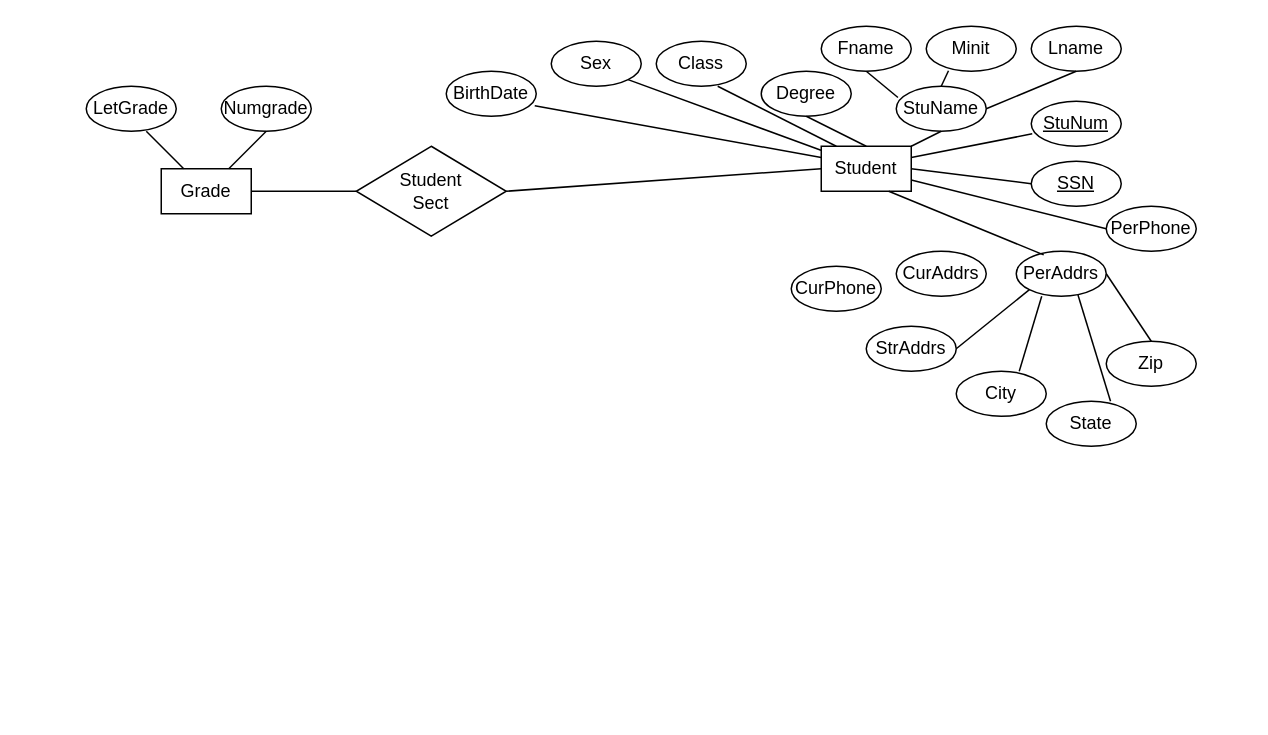
Before: Untitled Diagram.drawio in Baconbuilder/blah, a draw.io diagram. Source tidied: cells renumbered, new cells numbered last; positions are measured from the earlier drawing's top-left corner, leaving out a move shared by most shapes. Both pictures are drawn from the tidied source at 150%, with x=0, y=0 at pixel (86, 26).
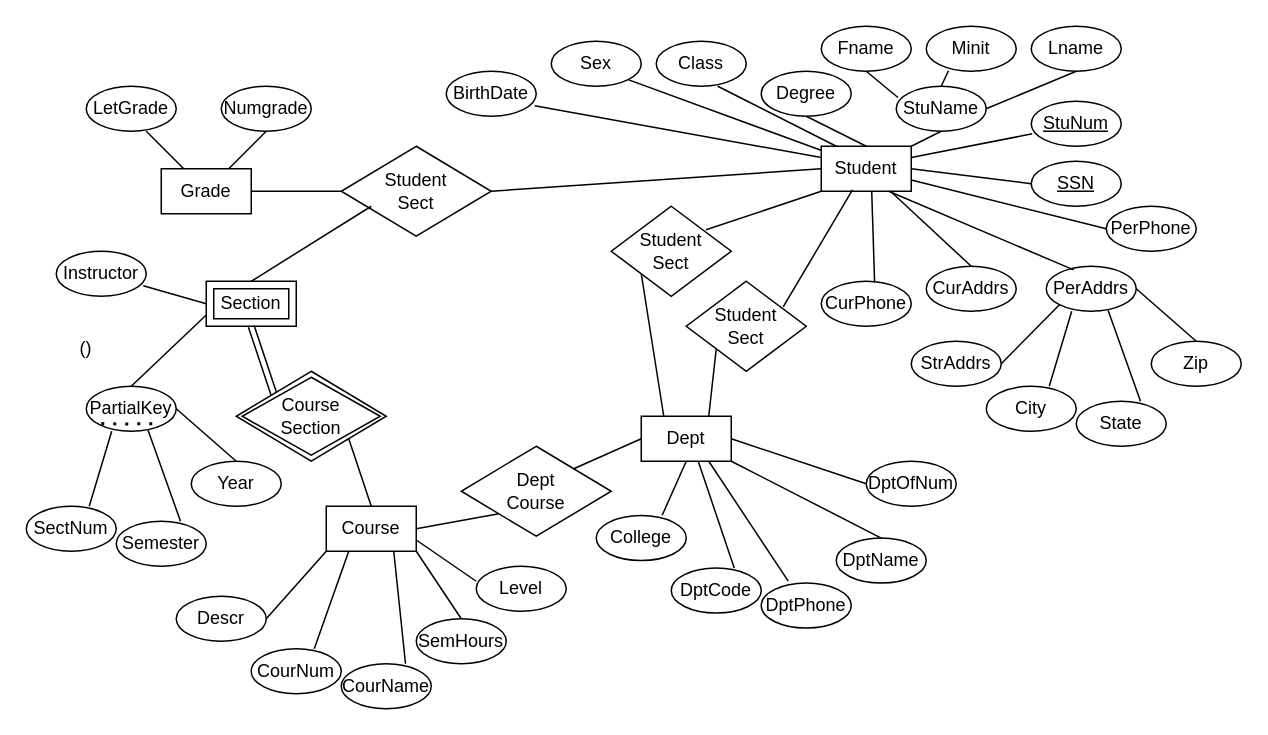
After the change.

The change refers to these unchanged cells:
```xml
<mxCell id="2" value="Student" style="rounded=0;whiteSpace=wrap;html=1;fontSize=12;spacing=2;" parent="1" vertex="1">
  <mxGeometry x="490" y="80" width="60" height="30" as="geometry" />
</mxCell>
```

Diff of the diagram source:
```diff
@@
     <mxCell id="11" value="PerAddrs" style="ellipse;whiteSpace=wrap;html=1;fontSize=12;spacing=2;" parent="1" vertex="1">
-      <mxGeometry x="620" y="150" width="60" height="30" as="geometry" />
+      <mxGeometry x="640" y="160" width="60" height="30" as="geometry" />
     </mxCell>
     <mxCell id="12" value="City" style="ellipse;whiteSpace=wrap;html=1;fontSize=12;spacing=2;" parent="1" vertex="1">
-      <mxGeometry x="580" y="230" width="60" height="30" as="geometry" />
+      <mxGeometry x="600" y="240" width="60" height="30" as="geometry" />
     </mxCell>
     <mxCell id="13" value="State" style="ellipse;whiteSpace=wrap;html=1;fontSize=12;spacing=2;" parent="1" vertex="1">
-      <mxGeometry x="640" y="250" width="60" height="30" as="geometry" />
+      <mxGeometry x="660" y="250" width="60" height="30" as="geometry" />
     </mxCell>
     <mxCell id="14" value="Zip" style="ellipse;whiteSpace=wrap;html=1;fontSize=12;spacing=2;" parent="1" vertex="1">
-      <mxGeometry x="680" y="210" width="60" height="30" as="geometry" />
+      <mxGeometry x="710" y="210" width="60" height="30" as="geometry" />
     </mxCell>
@@
     <mxCell id="18" value="StrAddrs" style="ellipse;whiteSpace=wrap;html=1;fontSize=12;spacing=2;" parent="1" vertex="1">
-      <mxGeometry x="520" y="200" width="60" height="30" as="geometry" />
+      <mxGeometry x="550" y="210" width="60" height="30" as="geometry" />
     </mxCell>
@@
     <mxCell id="29" value="CurAddrs" style="ellipse;whiteSpace=wrap;html=1;fontSize=12;spacing=2;" parent="1" vertex="1">
-      <mxGeometry x="540" y="150" width="60" height="30" as="geometry" />
+      <mxGeometry x="560" y="160" width="60" height="30" as="geometry" />
     </mxCell>
     <mxCell id="30" value="CurPhone" style="ellipse;whiteSpace=wrap;html=1;fontSize=12;spacing=2;" parent="1" vertex="1">
-      <mxGeometry x="470" y="160" width="60" height="30" as="geometry" />
+      <mxGeometry x="490" y="170" width="60" height="30" as="geometry" />
     </mxCell>
@@
     <mxCell id="38" value="Student&lt;br&gt;Sect" style="rhombus;whiteSpace=wrap;html=1;fontSize=12;" parent="1" vertex="1">
-      <mxGeometry x="180" y="80" width="100" height="60" as="geometry" />
+      <mxGeometry x="170" y="80" width="100" height="60" as="geometry" />
     </mxCell>
@@
+    <mxCell id="45" value="Course" style="rounded=0;whiteSpace=wrap;html=1;fontSize=12;spacing=2;" parent="1" vertex="1">
+      <mxGeometry x="160" y="320" width="60" height="30" as="geometry" />
+    </mxCell>
+    <mxCell id="46" value="Dept" style="rounded=0;whiteSpace=wrap;html=1;fontSize=12;spacing=2;" parent="1" vertex="1">
+      <mxGeometry x="370" y="260" width="60" height="30" as="geometry" />
+    </mxCell>
+    <mxCell id="47" value="Student&lt;br&gt;Sect" style="rhombus;whiteSpace=wrap;html=1;fontSize=12;" parent="1" vertex="1">
+      <mxGeometry x="350" y="120" width="80" height="60" as="geometry" />
+    </mxCell>
+    <mxCell id="48" value="Student&lt;br&gt;Sect" style="rhombus;whiteSpace=wrap;html=1;fontSize=12;" parent="1" vertex="1">
+      <mxGeometry x="400" y="170" width="80" height="60" as="geometry" />
+    </mxCell>
+    <mxCell id="49" style="endArrow=none;html=1;rounded=0;fontSize=12;exitX=0.5;exitY=0;exitDx=0;exitDy=0;" parent="1" edge="1" source="29" target="2">
+      <mxGeometry relative="1" as="geometry" />
+    </mxCell>
+    <mxCell id="50" style="endArrow=none;html=1;rounded=0;fontSize=12;entryX=0.561;entryY=1.016;entryDx=0;entryDy=0;entryPerimeter=0;exitX=0.593;exitY=0.032;exitDx=0;exitDy=0;exitPerimeter=0;" parent="1" edge="1" source="30" target="2">
+      <mxGeometry relative="1" as="geometry" />
+    </mxCell>
+    <mxCell id="51" style="endArrow=none;html=1;rounded=0;fontSize=12;entryX=0.347;entryY=0.968;entryDx=0;entryDy=0;entryPerimeter=0;exitX=0.808;exitY=0.286;exitDx=0;exitDy=0;exitPerimeter=0;" parent="1" edge="1" source="48" target="2">
+      <mxGeometry relative="1" as="geometry" />
+    </mxCell>
+    <mxCell id="52" style="endArrow=none;html=1;rounded=0;fontSize=12;entryX=0;entryY=1;entryDx=0;entryDy=0;exitX=0.79;exitY=0.262;exitDx=0;exitDy=0;exitPerimeter=0;" parent="1" edge="1" source="47" target="2">
+      <mxGeometry relative="1" as="geometry" />
+    </mxCell>
+    <mxCell id="53" style="endArrow=none;html=1;rounded=0;fontSize=12;entryX=0;entryY=1;entryDx=0;entryDy=0;exitX=0.25;exitY=0;exitDx=0;exitDy=0;" parent="1" edge="1" source="46" target="47">
+      <mxGeometry relative="1" as="geometry" />
+    </mxCell>
+    <mxCell id="54" style="endArrow=none;html=1;rounded=0;fontSize=12;entryX=0;entryY=1;entryDx=0;entryDy=0;exitX=0.75;exitY=0;exitDx=0;exitDy=0;" parent="1" edge="1" source="46" target="48">
+      <mxGeometry relative="1" as="geometry" />
+    </mxCell>
+    <mxCell id="55" value="Course&lt;br&gt;Section" style="shape=rhombus;double=1;perimeter=rhombusPerimeter;whiteSpace=wrap;html=1;align=center;fontSize=12;" parent="1" vertex="1">
+      <mxGeometry x="100" y="230" width="100" height="60" as="geometry" />
+    </mxCell>
+    <mxCell id="56" value="Section" style="shape=ext;margin=3;double=1;whiteSpace=wrap;html=1;align=center;fontSize=12;" parent="1" vertex="1">
+      <mxGeometry x="80" y="170" width="60" height="30" as="geometry" />
+    </mxCell>
+    <mxCell id="57" style="shape=link;html=1;rounded=0;fontSize=12;entryX=0.5;entryY=1;entryDx=0;entryDy=0;exitX=0;exitY=0;exitDx=0;exitDy=0;" parent="1" edge="1" source="55" target="56">
+      <mxGeometry relative="1" as="geometry" />
+    </mxCell>
+    <mxCell id="58" value="Dept&lt;br&gt;Course" style="rhombus;whiteSpace=wrap;html=1;fontSize=12;" parent="1" vertex="1">
+      <mxGeometry x="250" y="280" width="100" height="60" as="geometry" />
+    </mxCell>
+    <mxCell id="59" style="endArrow=none;html=1;rounded=0;fontSize=12;entryX=0;entryY=0.5;entryDx=0;entryDy=0;exitX=1;exitY=0;exitDx=0;exitDy=0;" parent="1" edge="1" source="58" target="46">
+      <mxGeometry relative="1" as="geometry" />
+    </mxCell>
+    <mxCell id="60" style="endArrow=none;html=1;rounded=0;fontSize=12;entryX=1;entryY=0.5;entryDx=0;entryDy=0;exitX=0;exitY=1;exitDx=0;exitDy=0;" parent="1" edge="1" source="58" target="45">
+      <mxGeometry relative="1" as="geometry" />
+    </mxCell>
+    <mxCell id="61" value="PartialKey" style="ellipse;whiteSpace=wrap;html=1;fontSize=12;spacing=2;" parent="1" vertex="1">
+      <mxGeometry y="240" width="60" height="30" as="geometry" />
+    </mxCell>
+    <mxCell id="62" value="SectNum" style="ellipse;whiteSpace=wrap;html=1;fontSize=12;spacing=2;" parent="1" vertex="1">
+      <mxGeometry x="-40" y="320" width="60" height="30" as="geometry" />
+    </mxCell>
+    <mxCell id="63" value="Semester" style="ellipse;whiteSpace=wrap;html=1;fontSize=12;spacing=2;" parent="1" vertex="1">
+      <mxGeometry x="20" y="330" width="60" height="30" as="geometry" />
+    </mxCell>
+    <mxCell id="64" value="Year" style="ellipse;whiteSpace=wrap;html=1;fontSize=12;spacing=2;" parent="1" vertex="1">
+      <mxGeometry x="70" y="290" width="60" height="30" as="geometry" />
+    </mxCell>
+    <mxCell id="65" style="endArrow=none;html=1;rounded=0;entryX=0.5;entryY=0;entryDx=0;entryDy=0;exitX=1;exitY=0.5;exitDx=0;exitDy=0;fontSize=12;spacing=2;" parent="1" edge="1" source="61" target="64">
+      <mxGeometry relative="1" as="geometry" />
+    </mxCell>
+    <mxCell id="66" style="endArrow=none;html=1;rounded=0;entryX=0.714;entryY=0;entryDx=0;entryDy=0;entryPerimeter=0;exitX=0.686;exitY=0.972;exitDx=0;exitDy=0;exitPerimeter=0;fontSize=12;spacing=2;" parent="1" edge="1" source="61" target="63">
+      <mxGeometry relative="1" as="geometry" />
+    </mxCell>
+    <mxCell id="67" style="endArrow=none;html=1;rounded=0;entryX=0.7;entryY=0;entryDx=0;entryDy=0;exitX=0.283;exitY=1;exitDx=0;exitDy=0;exitPerimeter=0;entryPerimeter=0;fontSize=12;spacing=2;" parent="1" edge="1" source="61" target="62">
+      <mxGeometry relative="1" as="geometry" />
+    </mxCell>
+    <mxCell id="68" value="Instructor" style="ellipse;whiteSpace=wrap;html=1;fontSize=12;spacing=2;" parent="1" vertex="1">
+      <mxGeometry x="-20" y="150" width="60" height="30" as="geometry" />
+    </mxCell>
+    <mxCell id="69" style="endArrow=none;html=1;rounded=0;fontSize=12;exitX=0.5;exitY=0;exitDx=0;exitDy=0;" parent="1" edge="1" source="56">
+      <mxGeometry relative="1" as="geometry">
+        <mxPoint x="190" y="120" as="targetPoint" />
+      </mxGeometry>
+    </mxCell>
+    <mxCell id="70" style="endArrow=none;html=1;rounded=0;fontSize=12;entryX=0;entryY=0.5;entryDx=0;entryDy=0;exitX=0.967;exitY=0.767;exitDx=0;exitDy=0;exitPerimeter=0;" parent="1" edge="1" source="68" target="56">
+      <mxGeometry relative="1" as="geometry" />
+    </mxCell>
+    <mxCell id="71" style="endArrow=none;html=1;rounded=0;fontSize=12;entryX=0;entryY=0.75;entryDx=0;entryDy=0;exitX=0.5;exitY=0;exitDx=0;exitDy=0;" parent="1" edge="1" source="61" target="56">
+      <mxGeometry relative="1" as="geometry" />
+    </mxCell>
+    <mxCell id="72" style="endArrow=none;html=1;rounded=0;fontSize=12;entryX=1;entryY=1;entryDx=0;entryDy=0;exitX=0.5;exitY=0;exitDx=0;exitDy=0;" parent="1" edge="1" source="45" target="55">
+      <mxGeometry relative="1" as="geometry" />
+    </mxCell>
+    <mxCell id="73" style="endArrow=none;dashed=1;html=1;dashPattern=1 3;strokeWidth=2;rounded=0;fontSize=11;" parent="1" edge="1">
+      <mxGeometry relative="1" as="geometry">
+        <mxPoint x="10" y="264.9" as="sourcePoint" />
+        <mxPoint x="50" y="265" as="targetPoint" />
+        <Array as="points">
+          <mxPoint x="20" y="265.1" />
+          <mxPoint x="30" y="265.1" />
+          <mxPoint x="40" y="265" />
+        </Array>
+      </mxGeometry>
+    </mxCell>
+    <mxCell id="74" value="()" style="text;html=1;strokeColor=none;fillColor=none;align=center;verticalAlign=middle;whiteSpace=wrap;rounded=0;fontSize=12;" parent="1" vertex="1">
+      <mxGeometry x="-30" y="200" width="60" height="30" as="geometry" />
+    </mxCell>
+    <mxCell id="75" value="CourNum" style="ellipse;whiteSpace=wrap;html=1;fontSize=12;spacing=2;" parent="1" vertex="1">
+      <mxGeometry x="110" y="415" width="60" height="30" as="geometry" />
+    </mxCell>
+    <mxCell id="76" value="CourName" style="ellipse;whiteSpace=wrap;html=1;fontSize=12;spacing=2;" parent="1" vertex="1">
+      <mxGeometry x="170" y="425" width="60" height="30" as="geometry" />
+    </mxCell>
+    <mxCell id="77" value="SemHours" style="ellipse;whiteSpace=wrap;html=1;fontSize=12;spacing=2;" parent="1" vertex="1">
+      <mxGeometry x="220" y="395" width="60" height="30" as="geometry" />
+    </mxCell>
+    <mxCell id="78" style="endArrow=none;html=1;rounded=0;entryX=0.5;entryY=0;entryDx=0;entryDy=0;exitX=1;exitY=1;exitDx=0;exitDy=0;fontSize=12;spacing=2;" parent="1" edge="1" source="45" target="77">
+      <mxGeometry relative="1" as="geometry" />
+    </mxCell>
+    <mxCell id="79" style="endArrow=none;html=1;rounded=0;entryX=0.714;entryY=0;entryDx=0;entryDy=0;entryPerimeter=0;exitX=0.75;exitY=1;exitDx=0;exitDy=0;fontSize=12;spacing=2;" parent="1" edge="1" source="45" target="76">
+      <mxGeometry relative="1" as="geometry" />
+    </mxCell>
+    <mxCell id="80" style="endArrow=none;html=1;rounded=0;entryX=0.7;entryY=0;entryDx=0;entryDy=0;exitX=0.25;exitY=1;exitDx=0;exitDy=0;entryPerimeter=0;fontSize=12;spacing=2;" parent="1" edge="1" source="45" target="75">
+      <mxGeometry relative="1" as="geometry" />
+    </mxCell>
+    <mxCell id="81" value="Descr" style="ellipse;whiteSpace=wrap;html=1;fontSize=12;spacing=2;" parent="1" vertex="1">
+      <mxGeometry x="60" y="380" width="60" height="30" as="geometry" />
+    </mxCell>
+    <mxCell id="82" style="endArrow=none;html=1;rounded=0;entryX=0;entryY=1;entryDx=0;entryDy=0;exitX=1;exitY=0.5;exitDx=0;exitDy=0;fontSize=12;spacing=2;" parent="1" edge="1" source="81" target="45">
+      <mxGeometry relative="1" as="geometry" />
+    </mxCell>
+    <mxCell id="83" value="Level" style="ellipse;whiteSpace=wrap;html=1;fontSize=12;spacing=2;" parent="1" vertex="1">
+      <mxGeometry x="260" y="360" width="60" height="30" as="geometry" />
+    </mxCell>
+    <mxCell id="84" style="endArrow=none;html=1;rounded=0;exitX=1;exitY=0.75;exitDx=0;exitDy=0;fontSize=12;spacing=2;" parent="1" edge="1" source="45">
+      <mxGeometry relative="1" as="geometry">
+        <mxPoint x="260" y="370" as="targetPoint" />
+        <Array as="points">
+          <mxPoint x="260" y="370" />
+        </Array>
+      </mxGeometry>
+    </mxCell>
+    <mxCell id="85" value="DptCode" style="ellipse;whiteSpace=wrap;html=1;fontSize=12;spacing=2;" parent="1" vertex="1">
+      <mxGeometry x="390" y="361.2" width="60" height="30" as="geometry" />
+    </mxCell>
+    <mxCell id="86" value="DptPhone" style="ellipse;whiteSpace=wrap;html=1;fontSize=12;spacing=2;" parent="1" vertex="1">
+      <mxGeometry x="450" y="371.2" width="60" height="30" as="geometry" />
+    </mxCell>
+    <mxCell id="87" value="DptName" style="ellipse;whiteSpace=wrap;html=1;fontSize=12;spacing=2;" parent="1" vertex="1">
+      <mxGeometry x="500" y="341.2" width="60" height="30" as="geometry" />
+    </mxCell>
+    <mxCell id="88" style="endArrow=none;html=1;rounded=0;entryX=0.5;entryY=0;entryDx=0;entryDy=0;exitX=1;exitY=1;exitDx=0;exitDy=0;fontSize=12;spacing=2;" parent="1" edge="1" source="46" target="87">
+      <mxGeometry relative="1" as="geometry" />
+    </mxCell>
+    <mxCell id="89" style="endArrow=none;html=1;rounded=0;entryX=0.7;entryY=0;entryDx=0;entryDy=0;exitX=0.633;exitY=1;exitDx=0;exitDy=0;entryPerimeter=0;fontSize=12;spacing=2;exitPerimeter=0;" parent="1" edge="1" source="46" target="85">
+      <mxGeometry relative="1" as="geometry" />
+    </mxCell>
+    <mxCell id="90" value="College" style="ellipse;whiteSpace=wrap;html=1;fontSize=12;spacing=2;" parent="1" vertex="1">
+      <mxGeometry x="340" y="326.2" width="60" height="30" as="geometry" />
+    </mxCell>
+    <mxCell id="91" style="endArrow=none;html=1;rounded=0;entryX=0.5;entryY=1;entryDx=0;entryDy=0;exitX=0.733;exitY=-0.008;exitDx=0;exitDy=0;fontSize=12;spacing=2;exitPerimeter=0;" parent="1" edge="1" source="90" target="46">
+      <mxGeometry relative="1" as="geometry" />
+    </mxCell>
+    <mxCell id="92" value="DptOfNum" style="ellipse;whiteSpace=wrap;html=1;fontSize=12;spacing=2;" parent="1" vertex="1">
+      <mxGeometry x="520" y="290" width="60" height="30" as="geometry" />
+    </mxCell>
+    <mxCell id="93" style="endArrow=none;html=1;rounded=0;entryX=0.3;entryY=-0.042;entryDx=0;entryDy=0;exitX=0.75;exitY=1;exitDx=0;exitDy=0;entryPerimeter=0;fontSize=12;spacing=2;" parent="1" edge="1" source="46" target="86">
+      <mxGeometry relative="1" as="geometry" />
+    </mxCell>
+    <mxCell id="94" style="endArrow=none;html=1;rounded=0;fontSize=11;exitX=1;exitY=0.5;exitDx=0;exitDy=0;entryX=0;entryY=0.5;entryDx=0;entryDy=0;" parent="1" edge="1" source="46" target="92">
+      <mxGeometry relative="1" as="geometry" />
+    </mxCell>
```
